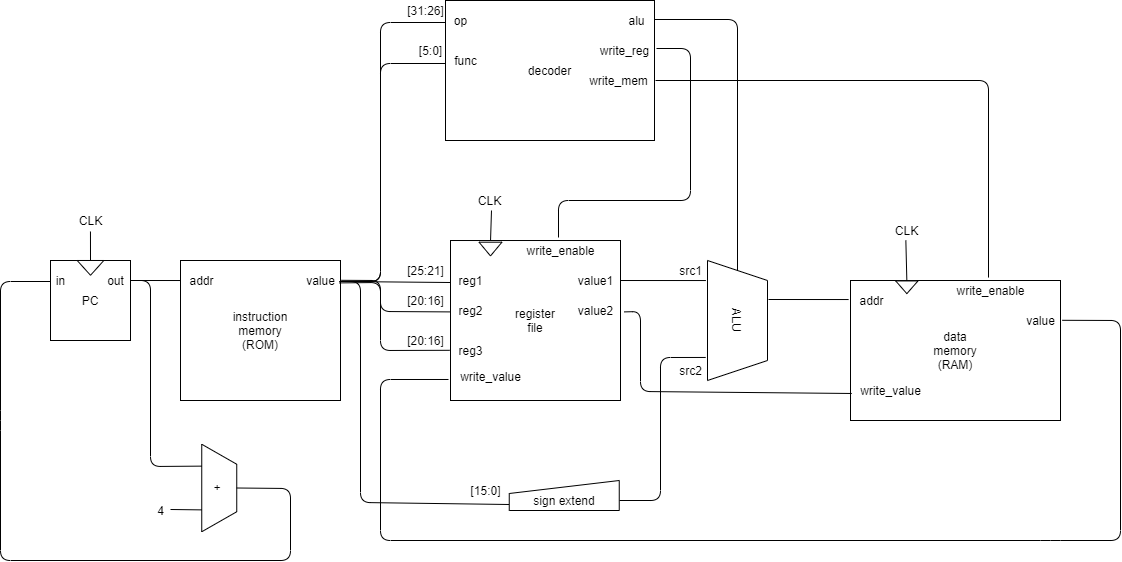
Above: doc/img/architecture.drawio.png in 0n1shi/fpga-mips (draw.io), before the change. Source tidied: cells renumbered, new cells last; positions are measured from the earlier drawing's top-left corner, leaving out a move shared by most shapes.
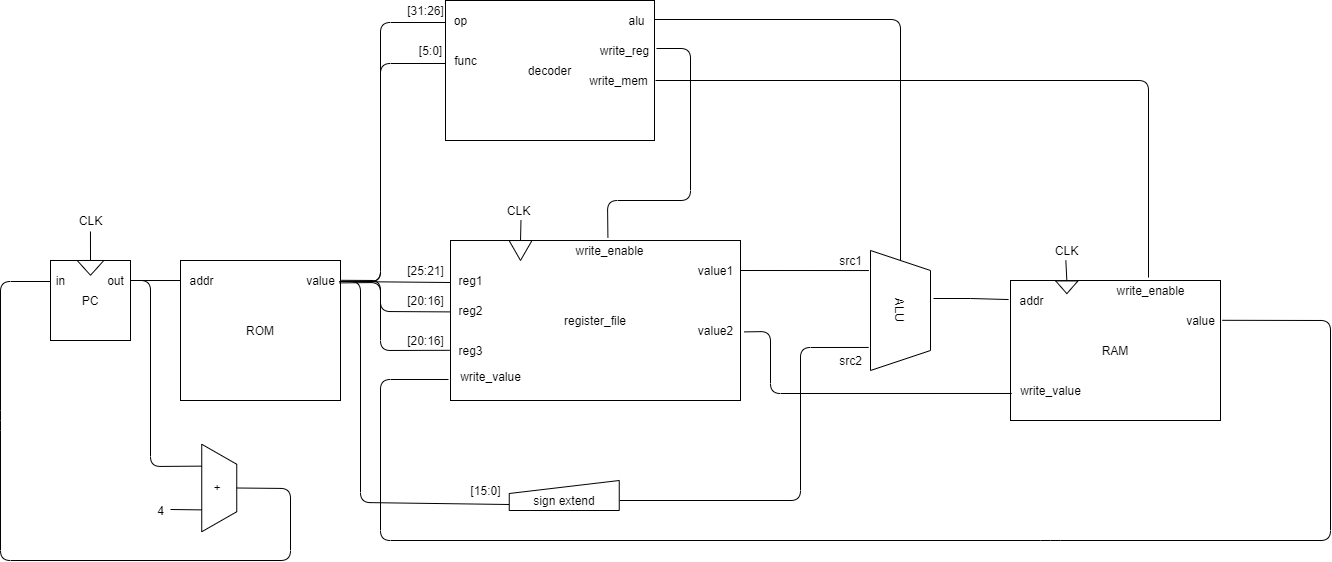
The same file after the commit.

What changed in the source:
```diff
@@ -26,7 +26,7 @@
     <mxCell id="9" style="group;" parent="1" vertex="1">
       <mxGeometry x="180" y="260" width="160" height="140" as="geometry" />
     </mxCell>
-    <mxCell id="10" value="instruction&lt;br&gt;memory&lt;br&gt;(ROM)" style="rounded=0;whiteSpace=wrap;html=1;" parent="9" vertex="1">
+    <mxCell id="10" value="ROM" style="rounded=0;whiteSpace=wrap;html=1;" parent="9" vertex="1">
       <mxGeometry width="160" height="140" as="geometry" />
     </mxCell>
     <mxCell id="11" value="addr" style="text;html=1;align=center;verticalAlign=middle;" parent="9" vertex="1">
@@ -60,13 +60,11 @@
     <mxCell id="18" value="[15:0]" style="text;html=1;align=center;verticalAlign=middle;" parent="1" vertex="1">
       <mxGeometry x="460" y="480" width="50" height="20" as="geometry" />
     </mxCell>
-    <mxCell id="19" style="edgeStyle=orthogonalEdgeStyle;rounded=0;jettySize=auto;html=1;entryX=-0.009;entryY=0.136;entryDx=0;entryDy=0;entryPerimeter=0;endArrow=none;endFill=0;" parent="1" edge="1" target="39">
-      <mxGeometry relative="1" as="geometry">
-        <mxPoint x="768" y="299" as="sourcePoint" />
-      </mxGeometry>
+    <mxCell id="19" style="edgeStyle=orthogonalEdgeStyle;rounded=0;jettySize=auto;html=1;entryX=-0.009;entryY=0.136;entryDx=0;entryDy=0;entryPerimeter=0;endArrow=none;endFill=0;exitX=0.4;exitY=-0.05;exitDx=0;exitDy=0;exitPerimeter=0;" parent="1" edge="1" source="20" target="39">
+      <mxGeometry relative="1" as="geometry" />
     </mxCell>
     <mxCell id="20" value="ALU" style="shape=trapezoid;perimeter=trapezoidPerimeter;whiteSpace=wrap;html=1;fixedSize=1;align=center;rotation=90;" parent="1" vertex="1">
-      <mxGeometry x="677" y="290" width="120" height="60" as="geometry" />
+      <mxGeometry x="840" y="280" width="120" height="60" as="geometry" />
     </mxCell>
     <mxCell id="21" value="sign extend" style="shape=manualInput;whiteSpace=wrap;html=1;align=center;size=13;verticalAlign=bottom;" parent="1" vertex="1">
       <mxGeometry x="508.8" y="480" width="110" height="30" as="geometry" />
@@ -75,10 +73,10 @@
       <mxGeometry relative="1" as="geometry" />
     </mxCell>
     <mxCell id="23" style="group;" parent="1" vertex="1">
-      <mxGeometry x="450" y="240" width="170" height="160" as="geometry" />
+      <mxGeometry x="450" y="240" width="290" height="160" as="geometry" />
     </mxCell>
-    <mxCell id="24" value="register&lt;br&gt;file" style="rounded=0;whiteSpace=wrap;html=1;" parent="23" vertex="1">
-      <mxGeometry width="170" height="160" as="geometry" />
+    <mxCell id="24" value="register_file" style="rounded=0;whiteSpace=wrap;html=1;" parent="23" vertex="1">
+      <mxGeometry width="290" height="160" as="geometry" />
     </mxCell>
     <mxCell id="25" value="reg1" style="text;html=1;align=center;verticalAlign=middle;points=[];" parent="23" vertex="1">
       <mxGeometry y="30" width="40" height="20" as="geometry" />
@@ -93,34 +91,34 @@
       <mxGeometry y="125.7" width="80" height="20" as="geometry" />
     </mxCell>
     <mxCell id="29" value="value1" style="text;html=1;align=center;verticalAlign=middle;points=[];" parent="23" vertex="1">
-      <mxGeometry x="120" y="30" width="50" height="20" as="geometry" />
+      <mxGeometry x="240" y="20" width="50" height="20" as="geometry" />
     </mxCell>
     <mxCell id="30" value="value2" style="text;html=1;align=center;verticalAlign=middle;points=[];" parent="23" vertex="1">
-      <mxGeometry x="120" y="60" width="50" height="20" as="geometry" />
+      <mxGeometry x="240" y="80" width="50" height="20" as="geometry" />
     </mxCell>
     <mxCell id="31" style="triangle;whiteSpace=wrap;html=1;rotation=90;" parent="23" vertex="1">
-      <mxGeometry x="33.1" y="-2.9" width="13.8" height="22.9" as="geometry" />
+      <mxGeometry x="60" y="-1.4" width="19.9" height="22.9" as="geometry" />
     </mxCell>
     <mxCell id="32" value="write_enable" style="text;html=1;align=center;verticalAlign=middle;points=[];horizontal=1;" parent="23" vertex="1">
-      <mxGeometry x="70" width="80" height="20" as="geometry" />
+      <mxGeometry x="119.4" width="80" height="20" as="geometry" />
     </mxCell>
     <mxCell id="33" style="endArrow=none;html=1;entryX=0.808;entryY=1.03;entryDx=0;entryDy=0;entryPerimeter=0;" parent="1" edge="1" target="20">
       <mxGeometry relative="1" as="geometry">
         <mxPoint x="619" y="500" as="sourcePoint" />
         <Array as="points">
-          <mxPoint x="660" y="500" />
-          <mxPoint x="660" y="357" />
+          <mxPoint x="800" y="500" />
+          <mxPoint x="800" y="347" />
         </Array>
       </mxGeometry>
     </mxCell>
     <mxCell id="34" value="src1" style="text;html=1;align=center;verticalAlign=middle;" parent="1" vertex="1">
-      <mxGeometry x="670" y="260" width="40" height="20" as="geometry" />
+      <mxGeometry x="830" y="250" width="40" height="20" as="geometry" />
     </mxCell>
     <mxCell id="35" value="src2" style="text;html=1;align=center;verticalAlign=middle;" parent="1" vertex="1">
-      <mxGeometry x="670" y="360" width="40" height="20" as="geometry" />
+      <mxGeometry x="830" y="350" width="40" height="20" as="geometry" />
     </mxCell>
     <mxCell id="36" style="group;" parent="1" vertex="1">
-      <mxGeometry x="850" y="280" width="210" height="140" as="geometry" />
+      <mxGeometry x="1010" y="280" width="210" height="140" as="geometry" />
     </mxCell>
     <mxCell id="37" style="group;" parent="36" vertex="1">
       <mxGeometry width="210" height="140" as="geometry" />
@@ -128,7 +126,7 @@
     <mxCell id="38" style="group;" parent="37" vertex="1">
       <mxGeometry y="-0.9" width="210" height="140.9" as="geometry" />
     </mxCell>
-    <mxCell id="39" value="data&lt;br&gt;memory&lt;br&gt;(RAM)" style="rounded=0;whiteSpace=wrap;html=1;" parent="38" vertex="1">
+    <mxCell id="39" value="RAM" style="rounded=0;whiteSpace=wrap;html=1;" parent="38" vertex="1">
       <mxGeometry y="0.9" width="210" height="140" as="geometry" />
     </mxCell>
     <mxCell id="40" value="addr" style="text;html=1;align=center;verticalAlign=middle;" parent="38" vertex="1">
@@ -166,8 +164,8 @@
           <mxPoint x="380" y="379" />
           <mxPoint x="380" y="540" />
           <mxPoint x="1050" y="540" />
-          <mxPoint x="1120" y="540" />
-          <mxPoint x="1120" y="320" />
+          <mxPoint x="1330" y="540" />
+          <mxPoint x="1330" y="320" />
         </Array>
       </mxGeometry>
     </mxCell>
@@ -216,8 +214,8 @@
     <mxCell id="56" style="endArrow=none;html=1;entryX=0.006;entryY=0.807;entryDx=0;entryDy=0;entryPerimeter=0;exitX=1.075;exitY=0.57;exitDx=0;exitDy=0;exitPerimeter=0;" parent="1" edge="1" source="30" target="39">
       <mxGeometry relative="1" as="geometry">
         <Array as="points">
-          <mxPoint x="640" y="311" />
-          <mxPoint x="640" y="391" />
+          <mxPoint x="770" y="331" />
+          <mxPoint x="770" y="393" />
         </Array>
       </mxGeometry>
     </mxCell>
@@ -244,15 +242,15 @@
     <mxCell id="61" style="endArrow=none;html=1;entryX=0;entryY=0.5;entryDx=0;entryDy=0;exitX=1.067;exitY=0.45;exitDx=0;exitDy=0;exitPerimeter=0;" parent="1" edge="1" source="66" target="20">
       <mxGeometry relative="1" as="geometry">
         <Array as="points">
-          <mxPoint x="737" y="19" />
+          <mxPoint x="900" y="19" />
         </Array>
       </mxGeometry>
     </mxCell>
     <mxCell id="62" value="CLK&lt;br&gt;" style="text;html=1;align=center;verticalAlign=middle;points=[];" parent="1" vertex="1">
-      <mxGeometry x="886.4" y="220" width="40" height="20" as="geometry" />
+      <mxGeometry x="1046.3" y="240" width="40" height="20" as="geometry" />
     </mxCell>
     <mxCell id="63" value="CLK&lt;br&gt;" style="text;html=1;align=center;verticalAlign=middle;points=[];" parent="1" vertex="1">
-      <mxGeometry x="468.8" y="190" width="40" height="20" as="geometry" />
+      <mxGeometry x="498.2" y="200" width="40" height="20" as="geometry" />
     </mxCell>
     <mxCell id="64" value="decoder" style="rounded=0;whiteSpace=wrap;html=1;" parent="1" vertex="1">
       <mxGeometry x="445" width="209" height="140" as="geometry" />
@@ -275,7 +273,7 @@
     <mxCell id="70" style="endArrow=none;html=1;entryX=1.033;entryY=0.4;entryDx=0;entryDy=0;entryPerimeter=0;exitX=0.475;exitY=-0.15;exitDx=0;exitDy=0;exitPerimeter=0;" parent="1" edge="1" source="32" target="68">
       <mxGeometry relative="1" as="geometry">
         <Array as="points">
-          <mxPoint x="558" y="200" />
+          <mxPoint x="607" y="200" />
           <mxPoint x="690" y="200" />
           <mxPoint x="690" y="48" />
         </Array>
@@ -284,7 +282,7 @@
     <mxCell id="71" style="endArrow=none;html=1;entryX=1.029;entryY=0.5;entryDx=0;entryDy=0;entryPerimeter=0;exitX=0.475;exitY=-0.147;exitDx=0;exitDy=0;exitPerimeter=0;" parent="1" edge="1" source="43" target="69">
       <mxGeometry relative="1" as="geometry">
         <Array as="points">
-          <mxPoint x="988" y="80" />
+          <mxPoint x="1148" y="80" />
         </Array>
       </mxGeometry>
     </mxCell>
```
